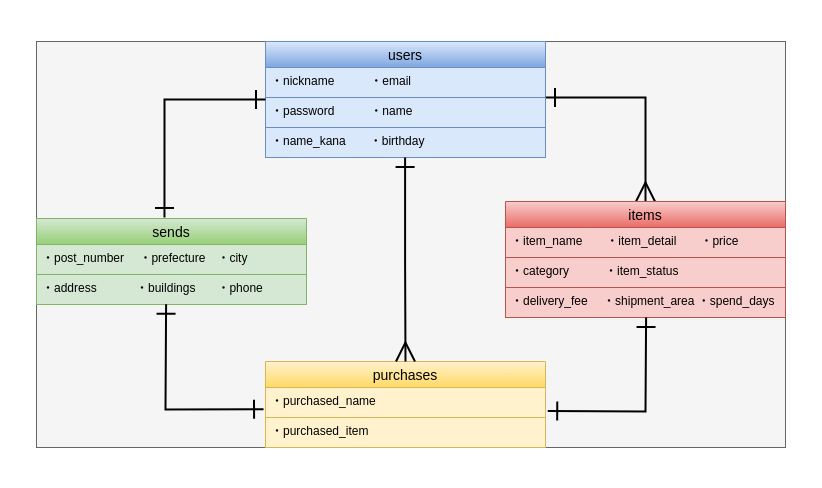
Before: furima_db.dio in Farmiana17/furima-36143, a draw.io diagram. Source tidied: cells renumbered, new cells numbered last; positions are measured from the earlier drawing's top-left corner, leaving out a move shared by most shapes. Both pictures are drawn from the tidied source at 100%, with x=0, y=0 at pixel (36, 41).
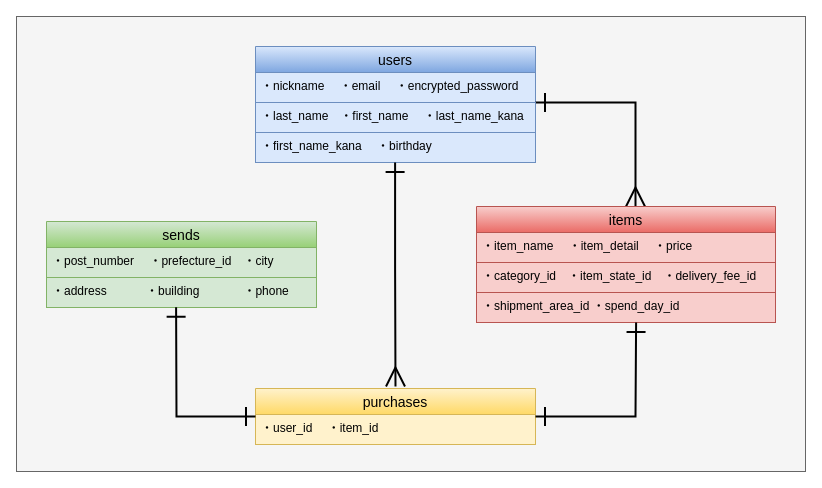
After the change.

Commit message (it also covers changes not shown here):
データベース設計（ER図・readme作成②）

What changed in the source:
```diff
@@
+    <mxCell id="22" style="group;" parent="1" vertex="1">
+      <mxGeometry x="-20" y="-25" width="789" height="455" as="geometry" />
+    </mxCell>
-    <mxCell id="2" style="group;fillColor=#f5f5f5;strokeColor=#666666;fontColor=#333333;" parent="1" vertex="1">
-      <mxGeometry width="749" height="406" as="geometry" />
+    <mxCell id="2" style="group;fillColor=#f5f5f5;strokeColor=#666666;fontColor=#333333;" parent="22" vertex="1">
+      <mxGeometry width="789" height="455" as="geometry" />
     </mxCell>
-    <mxCell id="3" value="users" style="swimlane;fontStyle=0;horizontal=1;startSize=26;align=center;fontSize=14;gradientColor=#7ea6e0;fillColor=#dae8fc;strokeColor=#6c8ebf;fontColor=#000000;" parent="2" vertex="1">
-      <mxGeometry x="229" width="280" height="116" as="geometry" />
+    <mxCell id="3" value="users" style="swimlane;fontStyle=0;horizontal=1;startSize=26;align=center;fontSize=14;gradientColor=#7ea6e0;fillColor=#dae8fc;strokeColor=#6c8ebf;fontColor=#000000;" parent="22" vertex="1">
+      <mxGeometry x="239" y="30" width="280" height="116" as="geometry" />
     </mxCell>
-    <mxCell id="4" value="・nickname　　　・email" style="text;spacingLeft=4;spacingRight=4;overflow=hidden;fontSize=12;fillColor=#dae8fc;strokeColor=#6c8ebf;fontColor=#000000;" parent="3" vertex="1">
+    <mxCell id="4" value="・nickname　 ・email　 ・encrypted_password" style="text;spacingLeft=4;spacingRight=4;overflow=hidden;fontSize=12;fillColor=#dae8fc;strokeColor=#6c8ebf;fontColor=#000000;" parent="3" vertex="1">
       <mxGeometry y="26" width="280" height="30" as="geometry" />
     </mxCell>
@@
-    <mxCell id="6" value="・password　　　・name" style="text;spacingLeft=4;spacingRight=4;overflow=hidden;fontSize=12;fillColor=#dae8fc;strokeColor=#6c8ebf;fontColor=#000000;" parent="3" vertex="1">
+    <mxCell id="6" value="・last_name　・first_name　 ・last_name_kana" style="text;spacingLeft=4;spacingRight=4;overflow=hidden;fontSize=12;fillColor=#dae8fc;strokeColor=#6c8ebf;fontColor=#000000;" parent="3" vertex="1">
       <mxGeometry y="56" width="280" height="30" as="geometry" />
     </mxCell>
-    <mxCell id="7" value="・name_kana　　・birthday" style="text;spacingLeft=4;spacingRight=4;overflow=hidden;fontSize=12;fillColor=#dae8fc;strokeColor=#6c8ebf;fontColor=#000000;" parent="3" vertex="1">
+    <mxCell id="7" value="・first_name_kana　 ・birthday" style="text;spacingLeft=4;spacingRight=4;overflow=hidden;fontSize=12;fillColor=#dae8fc;strokeColor=#6c8ebf;fontColor=#000000;" parent="3" vertex="1">
       <mxGeometry y="86" width="280" height="30" as="geometry" />
     </mxCell>
-    <mxCell id="8" value="items" style="swimlane;fontStyle=0;horizontal=1;startSize=26;align=center;fontSize=14;fillColor=#f8cecc;strokeColor=#b85450;gradientColor=#ea6b66;fontColor=#000000;" parent="2" vertex="1">
-      <mxGeometry x="469" y="160" width="280" height="116" as="geometry" />
+    <mxCell id="8" value="items" style="swimlane;fontStyle=0;horizontal=1;startSize=26;align=center;fontSize=14;fillColor=#f8cecc;strokeColor=#b85450;gradientColor=#ea6b66;fontColor=#000000;" parent="22" vertex="1">
+      <mxGeometry x="460" y="190" width="299" height="116" as="geometry" />
     </mxCell>
-    <mxCell id="9" value="・item_name　　・item_detail　　・price" style="text;spacingLeft=4;spacingRight=4;overflow=hidden;fontSize=12;fillColor=#f8cecc;strokeColor=#b85450;fontColor=#000000;" parent="8" vertex="1">
-      <mxGeometry y="26" width="280" height="30" as="geometry" />
+    <mxCell id="9" value="・item_name　 ・item_detail　 ・price" style="text;spacingLeft=4;spacingRight=4;overflow=hidden;fontSize=12;fillColor=#f8cecc;strokeColor=#b85450;fontColor=#000000;" parent="8" vertex="1">
+      <mxGeometry y="26" width="299" height="30" as="geometry" />
     </mxCell>
-    <mxCell id="10" value="・category　　　・item_status" style="text;spacingLeft=4;spacingRight=4;overflow=hidden;fontSize=12;fillColor=#f8cecc;strokeColor=#b85450;fontColor=#000000;" parent="8" vertex="1">
-      <mxGeometry y="56" width="280" height="30" as="geometry" />
+    <mxCell id="10" value="・category_id　・item_state_id　・delivery_fee_id" style="text;spacingLeft=4;spacingRight=4;overflow=hidden;fontSize=12;fillColor=#f8cecc;strokeColor=#b85450;fontColor=#000000;" parent="8" vertex="1">
+      <mxGeometry y="56" width="299" height="30" as="geometry" />
     </mxCell>
-    <mxCell id="11" value="・delivery_fee　 ・shipment_area ・spend_days" style="text;spacingLeft=4;spacingRight=4;overflow=hidden;fontSize=12;fillColor=#f8cecc;strokeColor=#b85450;fontColor=#000000;" parent="8" vertex="1">
-      <mxGeometry y="86" width="280" height="30" as="geometry" />
+    <mxCell id="11" value="・shipment_area_id ・spend_day_id" style="text;spacingLeft=4;spacingRight=4;overflow=hidden;fontSize=12;fillColor=#f8cecc;strokeColor=#b85450;fontColor=#000000;" parent="8" vertex="1">
+      <mxGeometry y="86" width="299" height="30" as="geometry" />
     </mxCell>
-    <mxCell id="12" value="sends" style="swimlane;fontStyle=0;horizontal=1;startSize=26;align=center;fontSize=14;gradientColor=#97d077;fillColor=#d5e8d4;strokeColor=#82b366;fontColor=#000000;" parent="2" vertex="1">
-      <mxGeometry y="177" width="270" height="86" as="geometry" />
+    <mxCell id="12" value="sends" style="swimlane;fontStyle=0;horizontal=1;startSize=26;align=center;fontSize=14;gradientColor=#97d077;fillColor=#d5e8d4;strokeColor=#82b366;fontColor=#000000;" parent="22" vertex="1">
+      <mxGeometry x="30" y="205" width="270" height="86" as="geometry" />
     </mxCell>
-    <mxCell id="13" value="・post_number　 ・prefecture　・city" style="text;spacingLeft=4;spacingRight=4;overflow=hidden;fontSize=12;fillColor=#d5e8d4;strokeColor=#82b366;fontColor=#000000;" parent="12" vertex="1">
+    <mxCell id="13" value="・post_number　 ・prefecture_id　・city" style="text;spacingLeft=4;spacingRight=4;overflow=hidden;fontSize=12;fillColor=#d5e8d4;strokeColor=#82b366;fontColor=#000000;" parent="12" vertex="1">
       <mxGeometry y="26" width="270" height="30" as="geometry" />
     </mxCell>
-    <mxCell id="14" value="・address　　　 ・buildings　   ・phone" style="text;spacingLeft=4;spacingRight=4;overflow=hidden;points=[[0,0.5],[1,0.5]];portConstraint=eastwest;fontSize=12;fillColor=#d5e8d4;strokeColor=#82b366;fontColor=#000000;" parent="12" vertex="1">
+    <mxCell id="14" value="・address　　　 ・building  　   　 ・phone" style="text;spacingLeft=4;spacingRight=4;overflow=hidden;points=[[0,0.5],[1,0.5]];portConstraint=eastwest;fontSize=12;fillColor=#d5e8d4;strokeColor=#82b366;fontColor=#000000;" parent="12" vertex="1">
       <mxGeometry y="56" width="270" height="30" as="geometry" />
     </mxCell>
-    <mxCell id="15" style="edgeStyle=orthogonalEdgeStyle;rounded=0;jettySize=auto;html=1;exitX=0;exitY=0.5;exitDx=0;exitDy=0;entryX=0.474;entryY=-0.012;entryDx=0;entryDy=0;entryPerimeter=0;endArrow=ERone;endFill=0;strokeWidth=2;startArrow=ERone;startFill=0;startSize=16;endSize=16;strokeColor=#000000;" parent="2" edge="1" source="3" target="12">
-      <mxGeometry relative="1" as="geometry" />
-    </mxCell>
-    <mxCell id="16" value="purchases" style="swimlane;fontStyle=0;horizontal=1;startSize=26;align=center;fontSize=14;gradientColor=#ffd966;fillColor=#fff2cc;strokeColor=#d6b656;fontColor=#000000;" parent="2" vertex="1">
-      <mxGeometry x="229" y="320" width="280" height="86" as="geometry" />
+    <mxCell id="16" value="purchases" style="swimlane;fontStyle=0;horizontal=1;startSize=26;align=center;fontSize=14;gradientColor=#ffd966;fillColor=#fff2cc;strokeColor=#d6b656;fontColor=#000000;" parent="22" vertex="1">
+      <mxGeometry x="239" y="372" width="280" height="56" as="geometry" />
     </mxCell>
-    <mxCell id="17" value="・purchased_name" style="text;spacingLeft=4;spacingRight=4;overflow=hidden;points=[[0,0.5],[1,0.5]];portConstraint=eastwest;fontSize=12;fillColor=#fff2cc;strokeColor=#d6b656;fontColor=#000000;" parent="16" vertex="1">
+    <mxCell id="17" value="・user_id　 ・item_id" style="text;spacingLeft=4;spacingRight=4;overflow=hidden;points=[[0,0.5],[1,0.5]];portConstraint=eastwest;fontSize=12;fillColor=#fff2cc;strokeColor=#d6b656;fontColor=#000000;" parent="16" vertex="1">
       <mxGeometry y="26" width="280" height="30" as="geometry" />
     </mxCell>
-    <mxCell id="18" value="・purchased_item&#10;" style="text;spacingLeft=4;spacingRight=4;overflow=hidden;fontSize=12;fillColor=#fff2cc;strokeColor=#d6b656;fontColor=#000000;" parent="16" vertex="1">
-      <mxGeometry y="56" width="280" height="30" as="geometry" />
-    </mxCell>
-    <mxCell id="19" style="rounded=0;jettySize=auto;html=1;endArrow=ERone;endFill=0;strokeWidth=2;startArrow=ERone;startFill=0;startSize=16;endSize=16;entryX=-0.007;entryY=0.728;entryDx=0;entryDy=0;entryPerimeter=0;exitX=0.48;exitY=0.994;exitDx=0;exitDy=0;exitPerimeter=0;strokeColor=#000000;" parent="2" edge="1" source="14" target="17">
-      <mxGeometry relative="1" as="geometry">
+    <mxCell id="19" style="rounded=0;jettySize=auto;html=1;endArrow=ERone;endFill=0;strokeWidth=2;startArrow=ERone;startFill=0;startSize=16;endSize=16;entryX=0;entryY=0.5;entryDx=0;entryDy=0;exitX=0.48;exitY=0.994;exitDx=0;exitDy=0;exitPerimeter=0;strokeColor=#000000;" parent="22" edge="1" source="14" target="16">
+      <mxGeometry x="10" y="30" as="geometry">
         <Array as="points">
-          <mxPoint x="129" y="368" />
+          <mxPoint x="160" y="400" />
         </Array>
       </mxGeometry>
     </mxCell>
-    <mxCell id="20" style="rounded=0;jettySize=auto;html=1;endArrow=ERone;endFill=0;strokeWidth=2;startArrow=ERone;startFill=0;startSize=16;endSize=16;entryX=1.008;entryY=0.783;entryDx=0;entryDy=0;entryPerimeter=0;exitX=0.48;exitY=0.994;exitDx=0;exitDy=0;exitPerimeter=0;strokeColor=#000000;" parent="2" edge="1" target="17">
-      <mxGeometry relative="1" as="geometry">
-        <mxPoint x="609.6" y="276" as="sourcePoint" />
+    <mxCell id="20" style="rounded=0;jettySize=auto;html=1;endArrow=ERone;endFill=0;strokeWidth=2;startArrow=ERone;startFill=0;startSize=16;endSize=16;entryX=1;entryY=0.5;entryDx=0;entryDy=0;exitX=0.48;exitY=0.994;exitDx=0;exitDy=0;exitPerimeter=0;strokeColor=#000000;" parent="22" edge="1" target="16">
+      <mxGeometry x="10" y="30" as="geometry">
+        <mxPoint x="619.6" y="306" as="sourcePoint" />
         <Array as="points">
-          <mxPoint x="609" y="370" />
+          <mxPoint x="619" y="400" />
         </Array>
       </mxGeometry>
     </mxCell>
-    <mxCell id="21" style="edgeStyle=orthogonalEdgeStyle;rounded=0;orthogonalLoop=1;jettySize=auto;html=1;endArrow=ERmany;endFill=0;strokeWidth=2;startArrow=ERone;startFill=0;startSize=16;endSize=16;strokeColor=#000000;" parent="2" edge="1">
-      <mxGeometry relative="1" as="geometry">
-        <mxPoint x="368.6" y="116" as="sourcePoint" />
-        <mxPoint x="369" y="320" as="targetPoint" />
+    <mxCell id="21" style="edgeStyle=orthogonalEdgeStyle;rounded=0;orthogonalLoop=1;jettySize=auto;html=1;endArrow=ERmany;endFill=0;strokeWidth=2;startArrow=ERone;startFill=0;startSize=16;endSize=16;strokeColor=#000000;" parent="22" edge="1">
+      <mxGeometry x="10" y="30" as="geometry">
+        <mxPoint x="378.6" y="146" as="sourcePoint" />
+        <mxPoint x="379" y="370" as="targetPoint" />
         <Array as="points">
-          <mxPoint x="368.6" y="222" />
+          <mxPoint x="378.6" y="252" />
         </Array>
       </mxGeometry>
     </mxCell>
```
